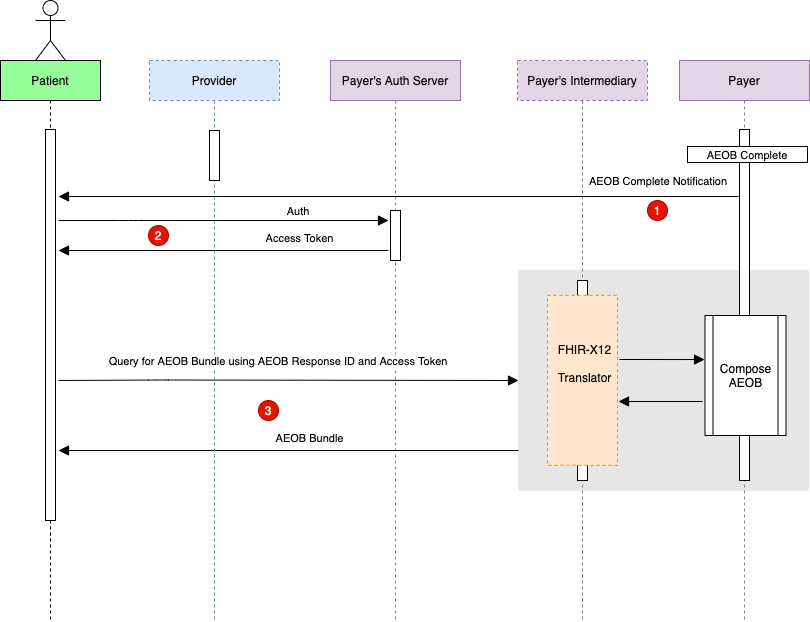
Earlier version of the draw.io export input/images/GetAEOB.drawio.png (HL7/davinci-pct). Source tidied: cells renumbered, new cells last; positions are measured from the earlier drawing's top-left corner, leaving out a move shared by most shapes.
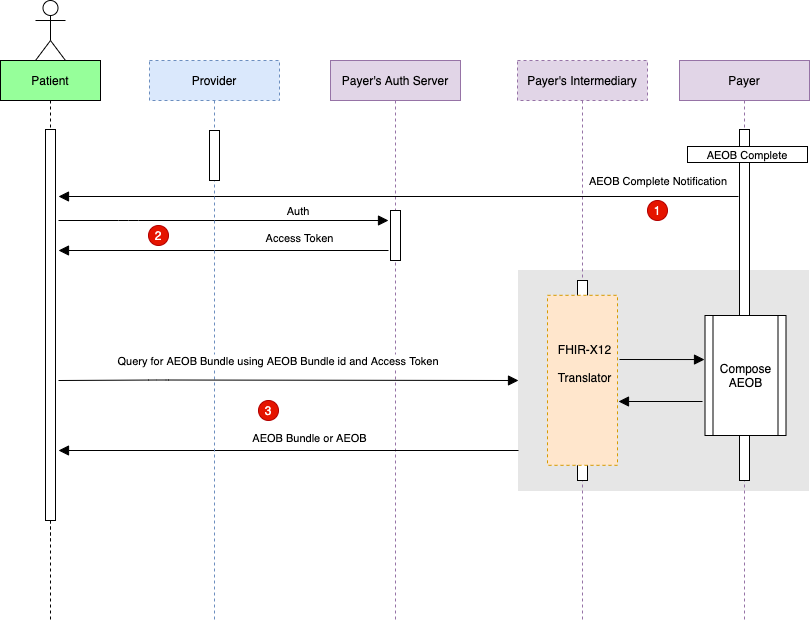
After the change.

The edit, as a diff of the source:
```diff
@@ -104,7 +104,7 @@
         <mxPoint x="58" y="450" as="targetPoint" />
       </mxGeometry>
     </mxCell>
-    <mxCell id="28" value="AEOB Bundle" style="edgeLabel;html=1;align=center;verticalAlign=bottom;labelPosition=center;verticalLabelPosition=top;" parent="27" vertex="1">
+    <mxCell id="28" value="AEOB Bundle or AEOB" style="edgeLabel;html=1;align=center;verticalAlign=bottom;labelPosition=center;verticalLabelPosition=top;" parent="27" vertex="1">
       <mxGeometry x="0.32" y="-4" relative="1" as="geometry">
         <mxPoint x="94" as="offset" />
       </mxGeometry>
@@ -115,7 +115,7 @@
     <mxCell id="30" style="perimeter=orthogonalPerimeter;rounded=0;shadow=0;strokeWidth=1;" parent="29" vertex="1">
       <mxGeometry x="60" y="70" width="10" height="50" as="geometry" />
     </mxCell>
-    <mxCell id="31" value="Query for AEOB Bundle using AEOB Response ID and Access Token" style="verticalAlign=bottom;endArrow=block;shadow=0;strokeWidth=1;endSize=8;" parent="1" edge="1">
+    <mxCell id="31" value="Query for AEOB Bundle using AEOB Bundle id and Access Token" style="verticalAlign=bottom;endArrow=block;shadow=0;strokeWidth=1;endSize=8;" parent="1" edge="1">
       <mxGeometry x="-0.04" y="10" relative="1" as="geometry">
         <mxPoint x="58" y="380" as="sourcePoint" />
         <mxPoint x="518" y="380" as="targetPoint" />
```
